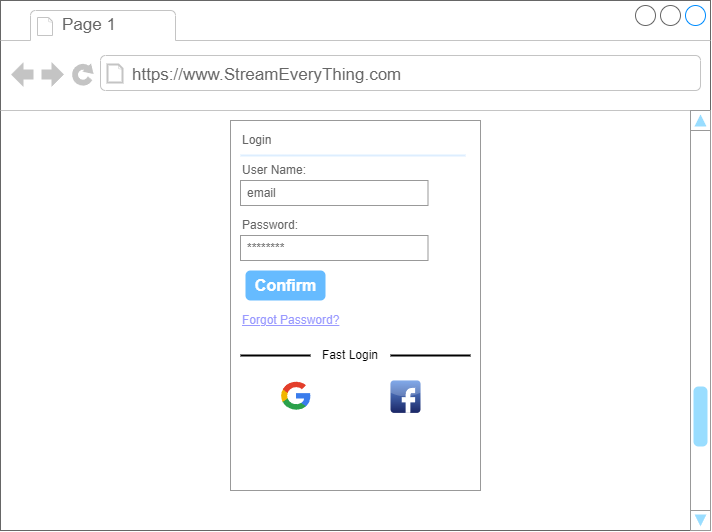
Above: LabFIS/Labo/Lab1/mockup1.png in GiuuGpEEp/TerzoAnnoUni (draw.io), before the change. Source tidied: cells renumbered, new cells last; positions are measured from the earlier drawing's top-left corner, leaving out a move shared by most shapes. Source of this version:
```xml
<mxGraphModel>
  <root>
    <mxCell id="0" />
    <mxCell id="1" parent="0" />
    <mxCell id="2" value="&lt;h1&gt;&lt;br&gt;&lt;/h1&gt;" style="strokeWidth=1;shadow=0;dashed=0;align=center;html=1;shape=mxgraph.mockup.containers.browserWindow;rSize=0;strokeColor=#666666;strokeColor2=#008cff;strokeColor3=#c4c4c4;mainText=,;" parent="1" vertex="1">
      <mxGeometry width="710" height="530" as="geometry" />
    </mxCell>
    <mxCell id="3" value="Page 1" style="strokeWidth=1;shadow=0;dashed=0;align=center;html=1;shape=mxgraph.mockup.containers.anchor;fontSize=17;fontColor=#666666;align=left;" parent="2" vertex="1">
      <mxGeometry x="60" y="12" width="110" height="26" as="geometry" />
    </mxCell>
    <mxCell id="4" value="https://www.StreamEveryThing.com" style="strokeWidth=1;shadow=0;dashed=0;align=center;html=1;shape=mxgraph.mockup.containers.anchor;rSize=0;fontSize=17;fontColor=#666666;align=left;" parent="2" vertex="1">
      <mxGeometry x="130" y="60" width="250" height="30" as="geometry" />
    </mxCell>
    <mxCell id="5" style="verticalLabelPosition=bottom;shadow=0;dashed=0;align=center;html=1;verticalAlign=top;strokeWidth=1;shape=mxgraph.mockup.navigation.scrollBar;strokeColor=#999999;barPos=20;fillColor2=#99ddff;strokeColor2=none;direction=north;fontColor=#000000;" parent="2" vertex="1">
      <mxGeometry x="690" y="110" width="10" height="420" as="geometry" />
    </mxCell>
    <mxCell id="6" style="strokeWidth=1;shadow=0;dashed=0;align=center;html=1;shape=mxgraph.mockup.forms.rrect;rSize=0;strokeColor=#999999;fillColor=#ffffff;" parent="2" vertex="1">
      <mxGeometry x="230" y="120" width="250" height="370" as="geometry" />
    </mxCell>
    <mxCell id="7" value="Login" style="strokeWidth=1;shadow=0;dashed=0;align=center;html=1;shape=mxgraph.mockup.forms.anchor;fontSize=12;fontColor=#666666;align=left;spacingLeft=0;" parent="6" vertex="1">
      <mxGeometry width="125" height="20" relative="1" as="geometry">
        <mxPoint x="10" y="10" as="offset" />
      </mxGeometry>
    </mxCell>
    <mxCell id="8" style="shape=line;strokeColor=#ddeeff;strokeWidth=2;html=1;" parent="6" vertex="1">
      <mxGeometry width="225" height="10" relative="1" as="geometry">
        <mxPoint x="10" y="30" as="offset" />
      </mxGeometry>
    </mxCell>
    <mxCell id="9" value="User Name:" style="strokeWidth=1;shadow=0;dashed=0;align=center;html=1;shape=mxgraph.mockup.forms.anchor;fontSize=12;fontColor=#666666;align=left;spacingLeft=0;" parent="6" vertex="1">
      <mxGeometry width="125" height="20" relative="1" as="geometry">
        <mxPoint x="10" y="40" as="offset" />
      </mxGeometry>
    </mxCell>
    <mxCell id="10" value="email" style="strokeWidth=1;shadow=0;dashed=0;align=center;html=1;shape=mxgraph.mockup.forms.rrect;rSize=0;strokeColor=#999999;fontColor=#666666;align=left;spacingLeft=5;" parent="6" vertex="1">
      <mxGeometry width="187.5" height="25" relative="1" as="geometry">
        <mxPoint x="10" y="60" as="offset" />
      </mxGeometry>
    </mxCell>
    <mxCell id="11" value="Password:" style="strokeWidth=1;shadow=0;dashed=0;align=center;html=1;shape=mxgraph.mockup.forms.anchor;fontSize=12;fontColor=#666666;align=left;spacingLeft=0;" parent="6" vertex="1">
      <mxGeometry width="125" height="20" relative="1" as="geometry">
        <mxPoint x="10" y="95" as="offset" />
      </mxGeometry>
    </mxCell>
    <mxCell id="12" value="********" style="strokeWidth=1;shadow=0;dashed=0;align=center;html=1;shape=mxgraph.mockup.forms.rrect;rSize=0;strokeColor=#999999;fontColor=#666666;align=left;spacingLeft=5;" parent="6" vertex="1">
      <mxGeometry width="187.5" height="25" relative="1" as="geometry">
        <mxPoint x="10" y="115" as="offset" />
      </mxGeometry>
    </mxCell>
    <mxCell id="13" value="Confirm" style="strokeWidth=1;shadow=0;dashed=0;align=center;html=1;shape=mxgraph.mockup.forms.rrect;rSize=5;strokeColor=none;fontColor=#ffffff;fillColor=#66bbff;fontSize=16;fontStyle=1;" parent="6" vertex="1">
      <mxGeometry y="1" width="80" height="30" relative="1" as="geometry">
        <mxPoint x="15" y="-220" as="offset" />
      </mxGeometry>
    </mxCell>
    <mxCell id="14" value="Forgot Password?" style="strokeWidth=1;shadow=0;dashed=0;align=center;html=1;shape=mxgraph.mockup.forms.anchor;fontSize=12;fontColor=#9999ff;align=left;spacingLeft=0;fontStyle=4;" parent="6" vertex="1">
      <mxGeometry y="1" width="187.5" height="20" relative="1" as="geometry">
        <mxPoint x="10" y="-180" as="offset" />
      </mxGeometry>
    </mxCell>
    <mxCell id="15" style="strokeWidth=1;shadow=0;dashed=0;align=center;html=1;shape=mxgraph.mockup.forms.anchor;fontSize=12;fontColor=#666666;align=left;spacingLeft=0;" parent="6" vertex="1">
      <mxGeometry y="1" width="187.5" height="20" relative="1" as="geometry">
        <mxPoint x="10" y="-70" as="offset" />
      </mxGeometry>
    </mxCell>
    <mxCell id="16" style="dashed=0;html=1;align=center;labelPosition=center;verticalLabelPosition=bottom;verticalAlign=top;shape=mxgraph.weblogos.google;fontColor=#000000;" parent="6" vertex="1">
      <mxGeometry x="50" y="260" width="30" height="30" as="geometry" />
    </mxCell>
    <mxCell id="17" value="Fast Login" style="text;strokeColor=none;align=center;fillColor=none;html=1;verticalAlign=middle;whiteSpace=wrap;rounded=0;fontColor=#000000;" parent="6" vertex="1">
      <mxGeometry x="90" y="220" width="60" height="30" as="geometry" />
    </mxCell>
    <mxCell id="18" style="shape=line;strokeColor=#000000;strokeWidth=2;html=1;" parent="6" vertex="1">
      <mxGeometry x="10" y="230" width="70" height="10" as="geometry" />
    </mxCell>
    <mxCell id="19" style="shape=line;strokeColor=#000000;strokeWidth=2;html=1;" parent="6" vertex="1">
      <mxGeometry x="160" y="230" width="80" height="10" as="geometry" />
    </mxCell>
    <mxCell id="20" style="dashed=0;html=1;align=center;labelPosition=center;verticalLabelPosition=bottom;verticalAlign=top;shape=mxgraph.webicons.facebook;fillColor=#6294E4;gradientColor=#1A2665;strokeColor=#000000;fontColor=#000000;" parent="6" vertex="1">
      <mxGeometry x="160" y="260" width="30" height="32.4" as="geometry" />
    </mxCell>
  </root>
</mxGraphModel>
```
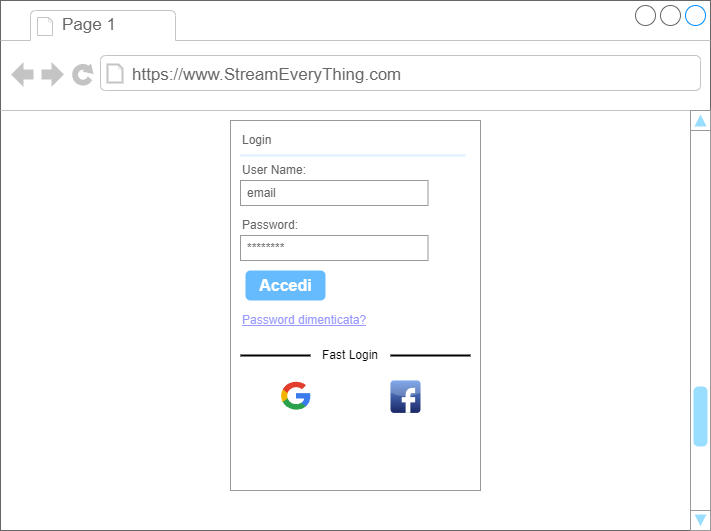
Above is the later version.

The edit, as a diff of the source:
```diff
@@ -47,12 +47,12 @@
         <mxPoint x="10" y="115" as="offset" />
       </mxGeometry>
     </mxCell>
-    <mxCell id="13" value="Confirm" style="strokeWidth=1;shadow=0;dashed=0;align=center;html=1;shape=mxgraph.mockup.forms.rrect;rSize=5;strokeColor=none;fontColor=#ffffff;fillColor=#66bbff;fontSize=16;fontStyle=1;" parent="6" vertex="1">
+    <mxCell id="13" value="Accedi" style="strokeWidth=1;shadow=0;dashed=0;align=center;html=1;shape=mxgraph.mockup.forms.rrect;rSize=5;strokeColor=none;fontColor=#ffffff;fillColor=#66bbff;fontSize=16;fontStyle=1;" parent="6" vertex="1">
       <mxGeometry y="1" width="80" height="30" relative="1" as="geometry">
         <mxPoint x="15" y="-220" as="offset" />
       </mxGeometry>
     </mxCell>
-    <mxCell id="14" value="Forgot Password?" style="strokeWidth=1;shadow=0;dashed=0;align=center;html=1;shape=mxgraph.mockup.forms.anchor;fontSize=12;fontColor=#9999ff;align=left;spacingLeft=0;fontStyle=4;" parent="6" vertex="1">
+    <mxCell id="14" value="Password dimenticata?" style="strokeWidth=1;shadow=0;dashed=0;align=center;html=1;shape=mxgraph.mockup.forms.anchor;fontSize=12;fontColor=#9999ff;align=left;spacingLeft=0;fontStyle=4;" parent="6" vertex="1">
       <mxGeometry y="1" width="187.5" height="20" relative="1" as="geometry">
         <mxPoint x="10" y="-180" as="offset" />
       </mxGeometry>
```
